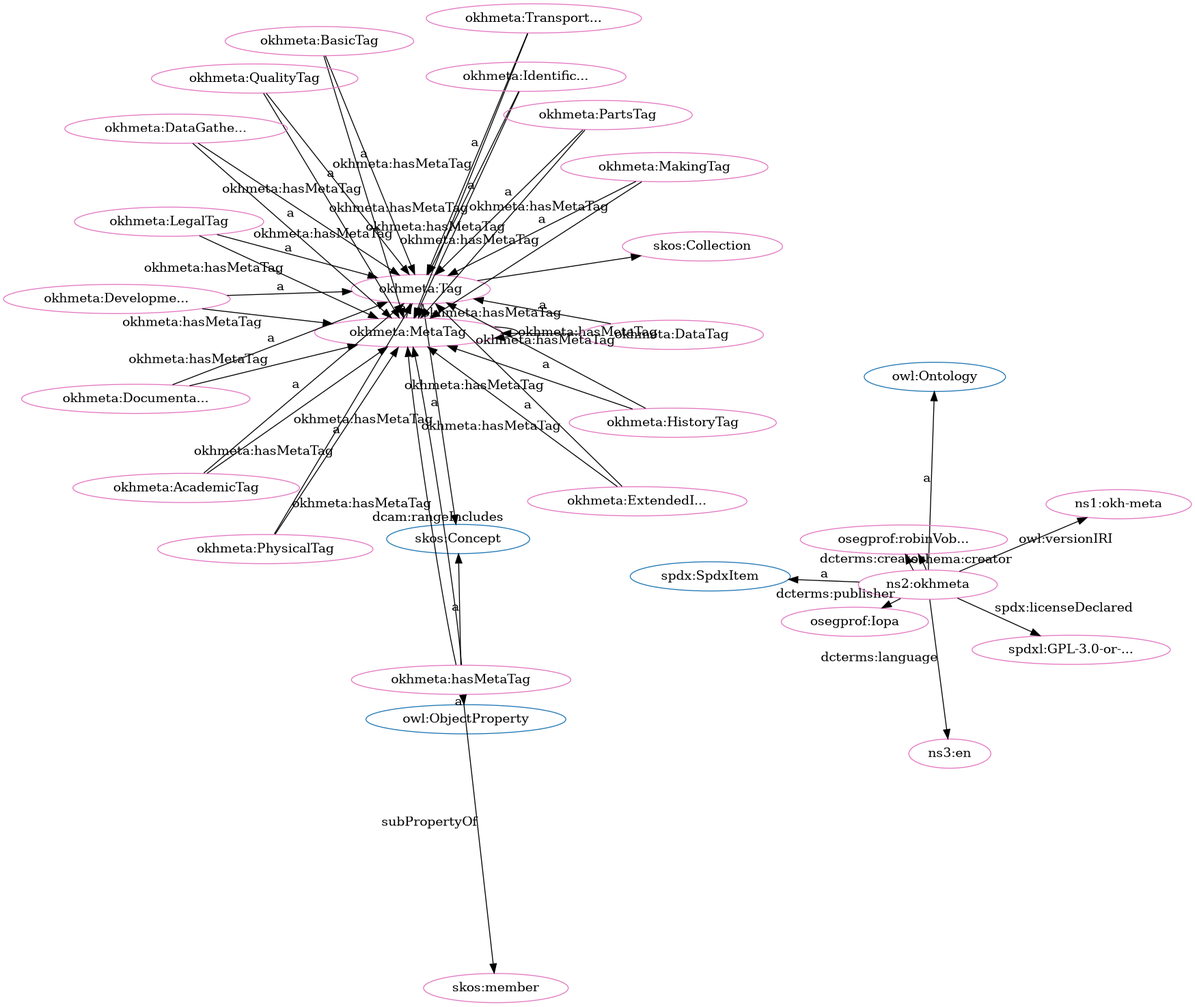
The Graphviz diagram src/spec/fdp_okh-meta.png in iop-alliance/OpenKnowHow, before a commit. Its source is kept beside it as src/spec/fdp_okh-meta.dot.
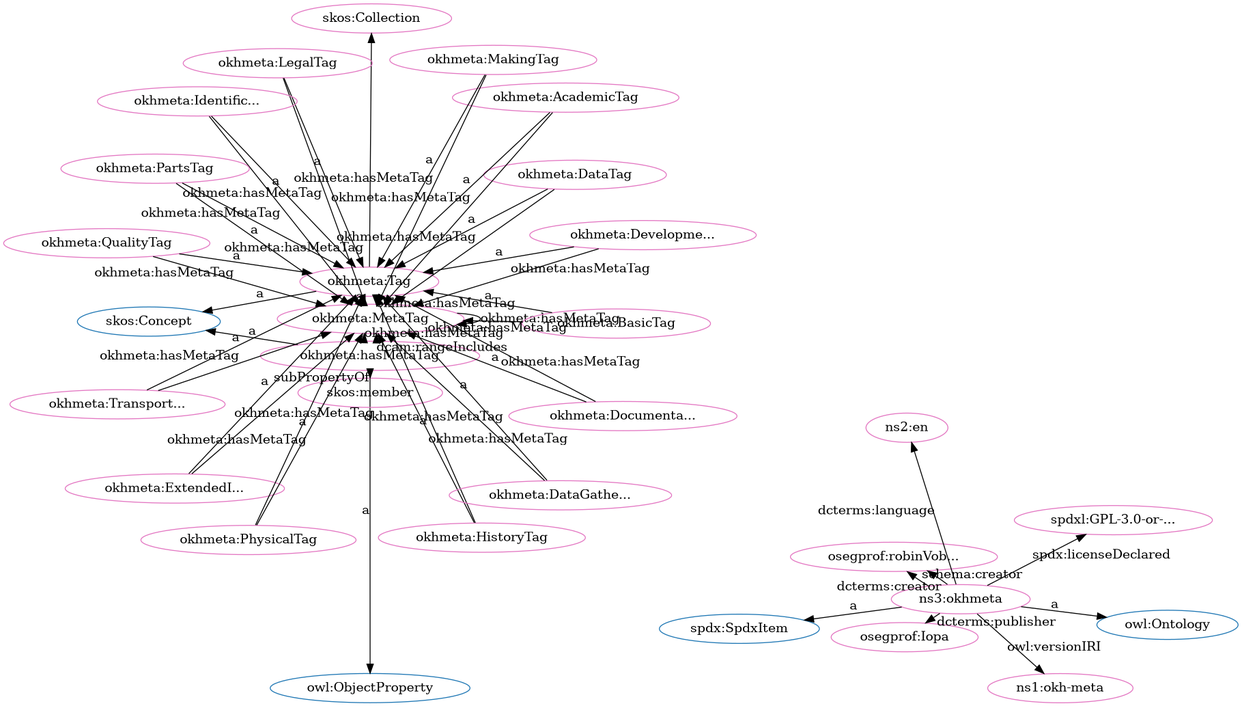
The same diagram one commit later.

What changed in the source:
```diff
@@ -1,84 +1,84 @@
 digraph G {
   rankdir=BT
   node[height=.3]
+"http://www.w3.org/2004/02/skos/core#Collection" [fillcolor="#1f77b4" color="#1f77b4" label="skos:Collection"]
+"http://w3id.org/oseg/ont/okhmeta#Tag" [fillcolor="#1f77b4" color="#1f77b4" label="okhmeta:Tag"]
+"http://www.w3.org/2004/02/skos/core#Concept" [fillcolor="#1f77b4" color="#1f77b4" label="skos:Concept"]
+"http://www.w3.org/2002/07/owl#ObjectProperty" [fillcolor="#1f77b4" color="#1f77b4" label="owl:ObjectProperty"]
 "http://spdx.org/rdf/terms#SpdxItem" [fillcolor="#1f77b4" color="#1f77b4" label="spdx:SpdxItem"]
-"http://www.w3.org/2002/07/owl#ObjectProperty" [fillcolor="#1f77b4" color="#1f77b4" label="owl:ObjectProperty"]
-"http://www.w3.org/2004/02/skos/core#Collection" [fillcolor="#1f77b4" color="#1f77b4" label="skos:Collection"]
-"http://www.w3.org/2004/02/skos/core#Concept" [fillcolor="#1f77b4" color="#1f77b4" label="skos:Concept"]
 "http://www.w3.org/2002/07/owl#Ontology" [fillcolor="#1f77b4" color="#1f77b4" label="owl:Ontology"]
-"http://w3id.org/oseg/ont/okhmeta#Tag" [fillcolor="#1f77b4" color="#1f77b4" label="okhmeta:Tag"]
+"http://w3id.org/oseg/ont/1.1.0/okh-meta" [fillcolor="#e377c2" color="#e377c2" label="ns1:okh-meta"]
+"http://w3id.org/oseg/ont/oseg-profiles#robinVobruba" [fillcolor="#e377c2" color="#e377c2" label="osegprof:robinVob..."]
+"http://w3id.org/oseg/ont/okhmeta#MetaTag" [fillcolor="#e377c2" color="#e377c2" label="okhmeta:MetaTag"]
+"http://w3id.org/oseg/ont/okhmeta#DataTag" [fillcolor="#e377c2" color="#e377c2" label="okhmeta:DataTag"]
 "http://w3id.org/oseg/ont/okhmeta#hasMetaTag" [fillcolor="#e377c2" color="#e377c2" label="okhmeta:hasMetaTag"]
 "http://spdx.org/licenses/GPL-3.0-or-later" [fillcolor="#e377c2" color="#e377c2" label="spdxl:GPL-3.0-or-..."]
-"http://w3id.org/oseg/ont/okhmeta#MetaTag" [fillcolor="#e377c2" color="#e377c2" label="okhmeta:MetaTag"]
-"http://w3id.org/oseg/ont/1.1.0/okh-meta" [fillcolor="#e377c2" color="#e377c2" label="ns1:okh-meta"]
+"http://w3id.org/oseg/ont/okhmeta#BasicTag" [fillcolor="#e377c2" color="#e377c2" label="okhmeta:BasicTag"]
+"http://w3id.org/oseg/ont/okhmeta#ExtendedInfoTag" [fillcolor="#e377c2" color="#e377c2" label="okhmeta:ExtendedI..."]
+"http://w3id.org/oseg/ont/okhmeta#DocumentationTag" [fillcolor="#e377c2" color="#e377c2" label="okhmeta:Documenta..."]
+"http://w3id.org/oseg/ont/okhmeta#TransportationTag" [fillcolor="#e377c2" color="#e377c2" label="okhmeta:Transport..."]
+"http://id.loc.gov/vocabulary/iso639-1/en" [fillcolor="#e377c2" color="#e377c2" label="ns2:en"]
+"http://w3id.org/oseg/ont/oseg-profiles#Iopa" [fillcolor="#e377c2" color="#e377c2" label="osegprof:Iopa"]
+"http://w3id.org/oseg/ont/okhmeta#QualityTag" [fillcolor="#e377c2" color="#e377c2" label="okhmeta:QualityTag"]
+"http://w3id.org/oseg/ont/okhmeta#HistoryTag" [fillcolor="#e377c2" color="#e377c2" label="okhmeta:HistoryTag"]
 "http://w3id.org/oseg/ont/okhmeta#AcademicTag" [fillcolor="#e377c2" color="#e377c2" label="okhmeta:AcademicTag"]
-"http://w3id.org/oseg/ont/okhmeta" [fillcolor="#e377c2" color="#e377c2" label="ns2:okhmeta"]
 "http://w3id.org/oseg/ont/okhmeta#DevelopmentTag" [fillcolor="#e377c2" color="#e377c2" label="okhmeta:Developme..."]
-"http://w3id.org/oseg/ont/okhmeta#DataTag" [fillcolor="#e377c2" color="#e377c2" label="okhmeta:DataTag"]
-"http://w3id.org/oseg/ont/okhmeta#HistoryTag" [fillcolor="#e377c2" color="#e377c2" label="okhmeta:HistoryTag"]
-"http://w3id.org/oseg/ont/oseg-profiles#robinVobruba" [fillcolor="#e377c2" color="#e377c2" label="osegprof:robinVob..."]
-"http://w3id.org/oseg/ont/okhmeta#DocumentationTag" [fillcolor="#e377c2" color="#e377c2" label="okhmeta:Documenta..."]
+"http://www.w3.org/2004/02/skos/core#Collection" [fillcolor="#e377c2" color="#e377c2" label="skos:Collection"]
+"http://w3id.org/oseg/ont/okhmeta#DataGatheringTag" [fillcolor="#e377c2" color="#e377c2" label="okhmeta:DataGathe..."]
 "http://w3id.org/oseg/ont/okhmeta#PhysicalTag" [fillcolor="#e377c2" color="#e377c2" label="okhmeta:PhysicalTag"]
+"http://w3id.org/oseg/ont/okhmeta#LegalTag" [fillcolor="#e377c2" color="#e377c2" label="okhmeta:LegalTag"]
+"http://w3id.org/oseg/ont/okhmeta" [fillcolor="#e377c2" color="#e377c2" label="ns3:okhmeta"]
 "http://w3id.org/oseg/ont/okhmeta#MakingTag" [fillcolor="#e377c2" color="#e377c2" label="okhmeta:MakingTag"]
-"http://w3id.org/oseg/ont/okhmeta#LegalTag" [fillcolor="#e377c2" color="#e377c2" label="okhmeta:LegalTag"]
+"http://w3id.org/oseg/ont/okhmeta#IdentificationTag" [fillcolor="#e377c2" color="#e377c2" label="okhmeta:Identific..."]
+"http://w3id.org/oseg/ont/okhmeta#PartsTag" [fillcolor="#e377c2" color="#e377c2" label="okhmeta:PartsTag"]
+"http://w3id.org/oseg/ont/okhmeta#Tag" [fillcolor="#e377c2" color="#e377c2" label="okhmeta:Tag"]
 "http://www.w3.org/2004/02/skos/core#member" [fillcolor="#e377c2" color="#e377c2" label="skos:member"]
-"http://w3id.org/oseg/ont/okhmeta#TransportationTag" [fillcolor="#e377c2" color="#e377c2" label="okhmeta:Transport..."]
-"http://w3id.org/oseg/ont/okhmeta#Tag" [fillcolor="#e377c2" color="#e377c2" label="okhmeta:Tag"]
-"http://w3id.org/oseg/ont/okhmeta#ExtendedInfoTag" [fillcolor="#e377c2" color="#e377c2" label="okhmeta:ExtendedI..."]
-"http://w3id.org/oseg/ont/okhmeta#BasicTag" [fillcolor="#e377c2" color="#e377c2" label="okhmeta:BasicTag"]
-"http://w3id.org/oseg/ont/okhmeta#QualityTag" [fillcolor="#e377c2" color="#e377c2" label="okhmeta:QualityTag"]
-"http://w3id.org/oseg/ont/oseg-profiles#Iopa" [fillcolor="#e377c2" color="#e377c2" label="osegprof:Iopa"]
-"http://www.w3.org/2004/02/skos/core#Collection" [fillcolor="#e377c2" color="#e377c2" label="skos:Collection"]
-"http://w3id.org/oseg/ont/okhmeta#IdentificationTag" [fillcolor="#e377c2" color="#e377c2" label="okhmeta:Identific..."]
-"http://id.loc.gov/vocabulary/iso639-1/en" [fillcolor="#e377c2" color="#e377c2" label="ns3:en"]
-"http://w3id.org/oseg/ont/okhmeta#PartsTag" [fillcolor="#e377c2" color="#e377c2" label="okhmeta:PartsTag"]
-"http://w3id.org/oseg/ont/okhmeta#DataGatheringTag" [fillcolor="#e377c2" color="#e377c2" label="okhmeta:DataGathe..."]
+  "http://w3id.org/oseg/ont/okhmeta" -> "http://w3id.org/oseg/ont/1.1.0/okh-meta" [label="owl:versionIRI"]
+  "http://w3id.org/oseg/ont/okhmeta" -> "http://w3id.org/oseg/ont/oseg-profiles#robinVobruba" [label="schema:creator"]
+  "http://w3id.org/oseg/ont/okhmeta#HistoryTag" -> "http://w3id.org/oseg/ont/okhmeta#MetaTag" [label="okhmeta:hasMetaTag"]
+  "http://w3id.org/oseg/ont/okhmeta" -> "http://w3id.org/oseg/ont/oseg-profiles#robinVobruba" [label="dcterms:creator"]
+  "http://w3id.org/oseg/ont/okhmeta#DataTag" -> "http://w3id.org/oseg/ont/okhmeta#Tag" [label="a"]
   "http://w3id.org/oseg/ont/okhmeta#hasMetaTag" -> "http://www.w3.org/2004/02/skos/core#Concept" [label="a"]
+  "http://w3id.org/oseg/ont/okhmeta#BasicTag" -> "http://w3id.org/oseg/ont/okhmeta#Tag" [label="a"]
+  "http://w3id.org/oseg/ont/okhmeta#TransportationTag" -> "http://w3id.org/oseg/ont/okhmeta#Tag" [label="a"]
+  "http://w3id.org/oseg/ont/okhmeta" -> "http://w3id.org/oseg/ont/oseg-profiles#Iopa" [label="dcterms:publisher"]
+  "http://w3id.org/oseg/ont/okhmeta#QualityTag" -> "http://w3id.org/oseg/ont/okhmeta#Tag" [label="a"]
+  "http://w3id.org/oseg/ont/okhmeta#BasicTag" -> "http://w3id.org/oseg/ont/okhmeta#MetaTag" [label="okhmeta:hasMetaTag"]
+  "http://w3id.org/oseg/ont/okhmeta#TransportationTag" -> "http://w3id.org/oseg/ont/okhmeta#MetaTag" [label="okhmeta:hasMetaTag"]
+  "http://w3id.org/oseg/ont/okhmeta#HistoryTag" -> "http://w3id.org/oseg/ont/okhmeta#Tag" [label="a"]
+  "http://w3id.org/oseg/ont/okhmeta#AcademicTag" -> "http://w3id.org/oseg/ont/okhmeta#Tag" [label="a"]
+  "http://w3id.org/oseg/ont/okhmeta#DevelopmentTag" -> "http://w3id.org/oseg/ont/okhmeta#Tag" [label="a"]
+  "http://w3id.org/oseg/ont/okhmeta#Tag" -> "http://www.w3.org/2004/02/skos/core#Collection" [label=""]
+  "http://w3id.org/oseg/ont/okhmeta#DataGatheringTag" -> "http://w3id.org/oseg/ont/okhmeta#Tag" [label="a"]
+  "http://w3id.org/oseg/ont/okhmeta#QualityTag" -> "http://w3id.org/oseg/ont/okhmeta#MetaTag" [label="okhmeta:hasMetaTag"]
+  "http://w3id.org/oseg/ont/okhmeta#DevelopmentTag" -> "http://w3id.org/oseg/ont/okhmeta#MetaTag" [label="okhmeta:hasMetaTag"]
+  "http://w3id.org/oseg/ont/okhmeta#DataGatheringTag" -> "http://w3id.org/oseg/ont/okhmeta#MetaTag" [label="okhmeta:hasMetaTag"]
+  "http://w3id.org/oseg/ont/okhmeta#hasMetaTag" -> "http://www.w3.org/2002/07/owl#ObjectProperty" [label="a"]
+  "http://w3id.org/oseg/ont/okhmeta#MakingTag" -> "http://w3id.org/oseg/ont/okhmeta#Tag" [label="a"]
+  "http://w3id.org/oseg/ont/okhmeta#MetaTag" -> "http://w3id.org/oseg/ont/okhmeta#MetaTag" [label="okhmeta:hasMetaTag"]
+  "http://w3id.org/oseg/ont/okhmeta#Tag" -> "http://www.w3.org/2004/02/skos/core#Concept" [label="a"]
+  "http://w3id.org/oseg/ont/okhmeta#hasMetaTag" -> "http://www.w3.org/2004/02/skos/core#member" [label="subPropertyOf"]
+  "http://w3id.org/oseg/ont/okhmeta" -> "http://spdx.org/licenses/GPL-3.0-or-later" [label="spdx:licenseDeclared"]
+  "http://w3id.org/oseg/ont/okhmeta#PartsTag" -> "http://w3id.org/oseg/ont/okhmeta#MetaTag" [label="okhmeta:hasMetaTag"]
+  "http://w3id.org/oseg/ont/okhmeta#ExtendedInfoTag" -> "http://w3id.org/oseg/ont/okhmeta#Tag" [label="a"]
+  "http://w3id.org/oseg/ont/okhmeta#MetaTag" -> "http://w3id.org/oseg/ont/okhmeta#Tag" [label="a"]
+  "http://w3id.org/oseg/ont/okhmeta#Tag" -> "http://w3id.org/oseg/ont/okhmeta#MetaTag" [label="okhmeta:hasMetaTag"]
+  "http://w3id.org/oseg/ont/okhmeta#AcademicTag" -> "http://w3id.org/oseg/ont/okhmeta#MetaTag" [label="okhmeta:hasMetaTag"]
+  "http://w3id.org/oseg/ont/okhmeta#DocumentationTag" -> "http://w3id.org/oseg/ont/okhmeta#Tag" [label="a"]
+  "http://w3id.org/oseg/ont/okhmeta" -> "http://id.loc.gov/vocabulary/iso639-1/en" [label="dcterms:language"]
+  "http://w3id.org/oseg/ont/okhmeta#hasMetaTag" -> "http://w3id.org/oseg/ont/okhmeta#MetaTag" [label="okhmeta:hasMetaTag"]
+  "http://w3id.org/oseg/ont/okhmeta#ExtendedInfoTag" -> "http://w3id.org/oseg/ont/okhmeta#MetaTag" [label="okhmeta:hasMetaTag"]
+  "http://w3id.org/oseg/ont/okhmeta#PhysicalTag" -> "http://w3id.org/oseg/ont/okhmeta#MetaTag" [label="okhmeta:hasMetaTag"]
+  "http://w3id.org/oseg/ont/okhmeta#DocumentationTag" -> "http://w3id.org/oseg/ont/okhmeta#MetaTag" [label="okhmeta:hasMetaTag"]
   "http://w3id.org/oseg/ont/okhmeta#MakingTag" -> "http://w3id.org/oseg/ont/okhmeta#MetaTag" [label="okhmeta:hasMetaTag"]
-  "http://w3id.org/oseg/ont/okhmeta" -> "http://w3id.org/oseg/ont/1.1.0/okh-meta" [label="owl:versionIRI"]
-  "http://w3id.org/oseg/ont/okhmeta#LegalTag" -> "http://w3id.org/oseg/ont/okhmeta#MetaTag" [label="okhmeta:hasMetaTag"]
-  "http://w3id.org/oseg/ont/okhmeta#DevelopmentTag" -> "http://w3id.org/oseg/ont/okhmeta#MetaTag" [label="okhmeta:hasMetaTag"]
-  "http://w3id.org/oseg/ont/okhmeta#IdentificationTag" -> "http://w3id.org/oseg/ont/okhmeta#MetaTag" [label="okhmeta:hasMetaTag"]
-  "http://w3id.org/oseg/ont/okhmeta#DataTag" -> "http://w3id.org/oseg/ont/okhmeta#Tag" [label="a"]
-  "http://w3id.org/oseg/ont/okhmeta#ExtendedInfoTag" -> "http://w3id.org/oseg/ont/okhmeta#MetaTag" [label="okhmeta:hasMetaTag"]
-  "http://w3id.org/oseg/ont/okhmeta#HistoryTag" -> "http://w3id.org/oseg/ont/okhmeta#Tag" [label="a"]
-  "http://w3id.org/oseg/ont/okhmeta" -> "http://w3id.org/oseg/ont/oseg-profiles#robinVobruba" [label="schema:creator"]
-  "http://w3id.org/oseg/ont/okhmeta#DocumentationTag" -> "http://w3id.org/oseg/ont/okhmeta#Tag" [label="a"]
   "http://w3id.org/oseg/ont/okhmeta#PhysicalTag" -> "http://w3id.org/oseg/ont/okhmeta#Tag" [label="a"]
   "http://w3id.org/oseg/ont/okhmeta#LegalTag" -> "http://w3id.org/oseg/ont/okhmeta#Tag" [label="a"]
-  "http://w3id.org/oseg/ont/okhmeta#hasMetaTag" -> "http://www.w3.org/2004/02/skos/core#member" [label="subPropertyOf"]
-  "http://w3id.org/oseg/ont/okhmeta#Tag" -> "http://www.w3.org/2004/02/skos/core#Concept" [label="a"]
-  "http://w3id.org/oseg/ont/okhmeta#ExtendedInfoTag" -> "http://w3id.org/oseg/ont/okhmeta#Tag" [label="a"]
-  "http://w3id.org/oseg/ont/okhmeta#BasicTag" -> "http://w3id.org/oseg/ont/okhmeta#Tag" [label="a"]
-  "http://w3id.org/oseg/ont/okhmeta#QualityTag" -> "http://w3id.org/oseg/ont/okhmeta#Tag" [label="a"]
-  "http://w3id.org/oseg/ont/okhmeta#MetaTag" -> "http://w3id.org/oseg/ont/okhmeta#MetaTag" [label="okhmeta:hasMetaTag"]
-  "http://w3id.org/oseg/ont/okhmeta" -> "http://w3id.org/oseg/ont/oseg-profiles#Iopa" [label="dcterms:publisher"]
-  "http://w3id.org/oseg/ont/okhmeta#Tag" -> "http://www.w3.org/2004/02/skos/core#Collection" [label=""]
+  "http://w3id.org/oseg/ont/okhmeta#IdentificationTag" -> "http://w3id.org/oseg/ont/okhmeta#MetaTag" [label="okhmeta:hasMetaTag"]
+  "http://w3id.org/oseg/ont/okhmeta" -> "http://www.w3.org/2002/07/owl#Ontology" [label="a"]
+  "http://w3id.org/oseg/ont/okhmeta" -> "http://spdx.org/rdf/terms#SpdxItem" [label="a"]
+  "http://w3id.org/oseg/ont/okhmeta#LegalTag" -> "http://w3id.org/oseg/ont/okhmeta#MetaTag" [label="okhmeta:hasMetaTag"]
   "http://w3id.org/oseg/ont/okhmeta#DataTag" -> "http://w3id.org/oseg/ont/okhmeta#MetaTag" [label="okhmeta:hasMetaTag"]
-  "http://w3id.org/oseg/ont/okhmeta" -> "http://w3id.org/oseg/ont/oseg-profiles#robinVobruba" [label="dcterms:creator"]
-  "http://w3id.org/oseg/ont/okhmeta#DataGatheringTag" -> "http://w3id.org/oseg/ont/okhmeta#Tag" [label="a"]
-  "http://w3id.org/oseg/ont/okhmeta#DocumentationTag" -> "http://w3id.org/oseg/ont/okhmeta#MetaTag" [label="okhmeta:hasMetaTag"]
-  "http://w3id.org/oseg/ont/okhmeta" -> "http://spdx.org/licenses/GPL-3.0-or-later" [label="spdx:licenseDeclared"]
-  "http://w3id.org/oseg/ont/okhmeta#hasMetaTag" -> "http://w3id.org/oseg/ont/okhmeta#MetaTag" [label="okhmeta:hasMetaTag"]
-  "http://w3id.org/oseg/ont/okhmeta#AcademicTag" -> "http://w3id.org/oseg/ont/okhmeta#Tag" [label="a"]
+  "http://w3id.org/oseg/ont/okhmeta#IdentificationTag" -> "http://w3id.org/oseg/ont/okhmeta#Tag" [label="a"]
   "http://w3id.org/oseg/ont/okhmeta#hasMetaTag" -> "http://w3id.org/oseg/ont/okhmeta#MetaTag" [label="dcam:rangeIncludes"]
-  "http://w3id.org/oseg/ont/okhmeta#TransportationTag" -> "http://w3id.org/oseg/ont/okhmeta#MetaTag" [label="okhmeta:hasMetaTag"]
-  "http://w3id.org/oseg/ont/okhmeta" -> "http://www.w3.org/2002/07/owl#Ontology" [label="a"]
-  "http://w3id.org/oseg/ont/okhmeta#MetaTag" -> "http://w3id.org/oseg/ont/okhmeta#Tag" [label="a"]
-  "http://w3id.org/oseg/ont/okhmeta#DevelopmentTag" -> "http://w3id.org/oseg/ont/okhmeta#Tag" [label="a"]
-  "http://w3id.org/oseg/ont/okhmeta#HistoryTag" -> "http://w3id.org/oseg/ont/okhmeta#MetaTag" [label="okhmeta:hasMetaTag"]
-  "http://w3id.org/oseg/ont/okhmeta#PartsTag" -> "http://w3id.org/oseg/ont/okhmeta#MetaTag" [label="okhmeta:hasMetaTag"]
-  "http://w3id.org/oseg/ont/okhmeta#PhysicalTag" -> "http://w3id.org/oseg/ont/okhmeta#MetaTag" [label="okhmeta:hasMetaTag"]
-  "http://w3id.org/oseg/ont/okhmeta#DataGatheringTag" -> "http://w3id.org/oseg/ont/okhmeta#MetaTag" [label="okhmeta:hasMetaTag"]
-  "http://w3id.org/oseg/ont/okhmeta#MakingTag" -> "http://w3id.org/oseg/ont/okhmeta#Tag" [label="a"]
-  "http://w3id.org/oseg/ont/okhmeta" -> "http://spdx.org/rdf/terms#SpdxItem" [label="a"]
-  "http://w3id.org/oseg/ont/okhmeta#TransportationTag" -> "http://w3id.org/oseg/ont/okhmeta#Tag" [label="a"]
-  "http://w3id.org/oseg/ont/okhmeta#AcademicTag" -> "http://w3id.org/oseg/ont/okhmeta#MetaTag" [label="okhmeta:hasMetaTag"]
-  "http://w3id.org/oseg/ont/okhmeta#Tag" -> "http://w3id.org/oseg/ont/okhmeta#MetaTag" [label="okhmeta:hasMetaTag"]
-  "http://w3id.org/oseg/ont/okhmeta#IdentificationTag" -> "http://w3id.org/oseg/ont/okhmeta#Tag" [label="a"]
-  "http://w3id.org/oseg/ont/okhmeta" -> "http://id.loc.gov/vocabulary/iso639-1/en" [label="dcterms:language"]
-  "http://w3id.org/oseg/ont/okhmeta#hasMetaTag" -> "http://www.w3.org/2002/07/owl#ObjectProperty" [label="a"]
-  "http://w3id.org/oseg/ont/okhmeta#BasicTag" -> "http://w3id.org/oseg/ont/okhmeta#MetaTag" [label="okhmeta:hasMetaTag"]
-  "http://w3id.org/oseg/ont/okhmeta#QualityTag" -> "http://w3id.org/oseg/ont/okhmeta#MetaTag" [label="okhmeta:hasMetaTag"]
   "http://w3id.org/oseg/ont/okhmeta#PartsTag" -> "http://w3id.org/oseg/ont/okhmeta#Tag" [label="a"]
 }
```
